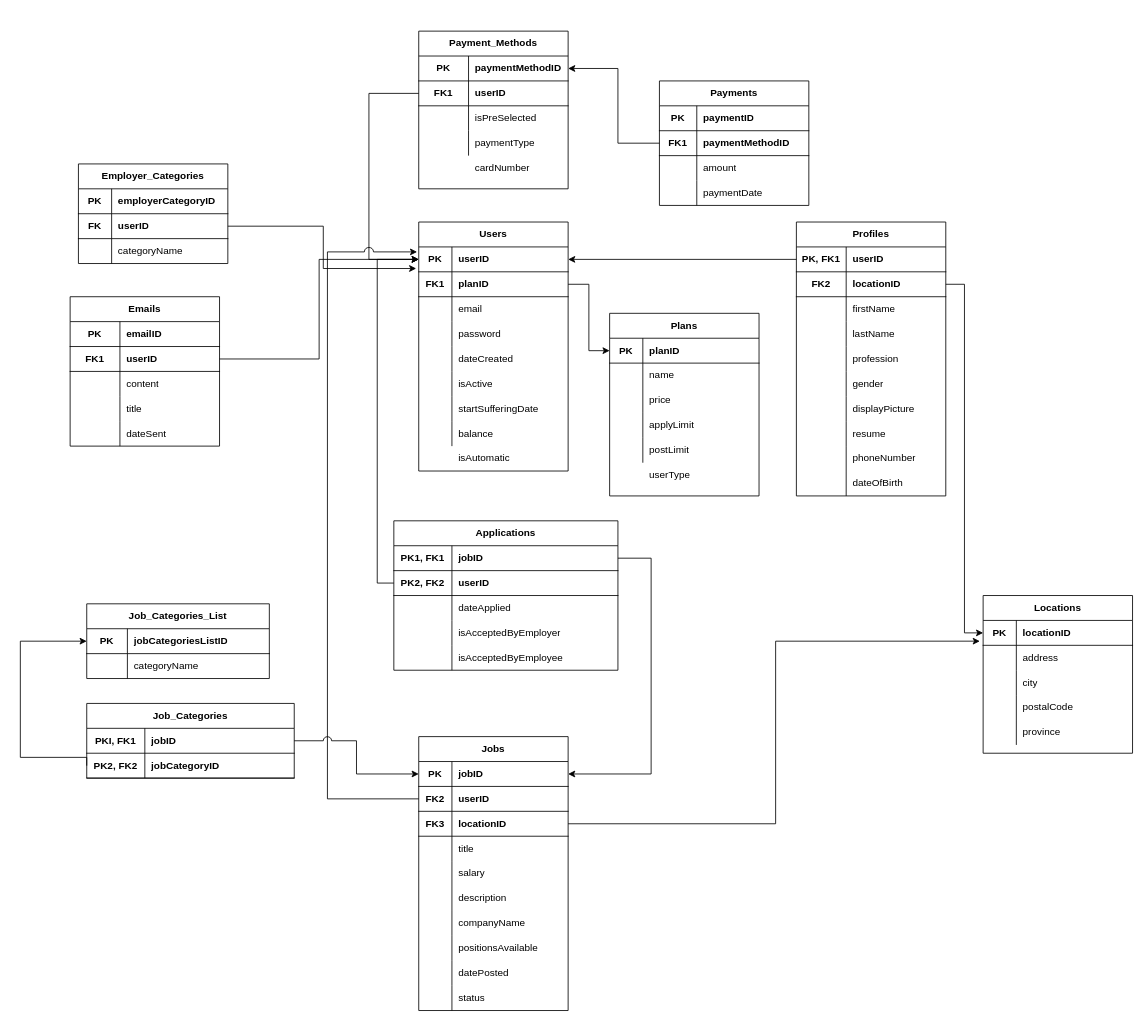
Above: docs/DBProject-Relational-Schema.drawio in gordonpn/web-career-portal-clone (draw.io), before the change. Source tidied: cells renumbered, new cells numbered last; positions are measured from the earlier drawing's top-left corner, leaving out a move shared by most shapes. Both pictures are drawn from the tidied source at 83%, with x=0, y=0 at pixel (20, 31).
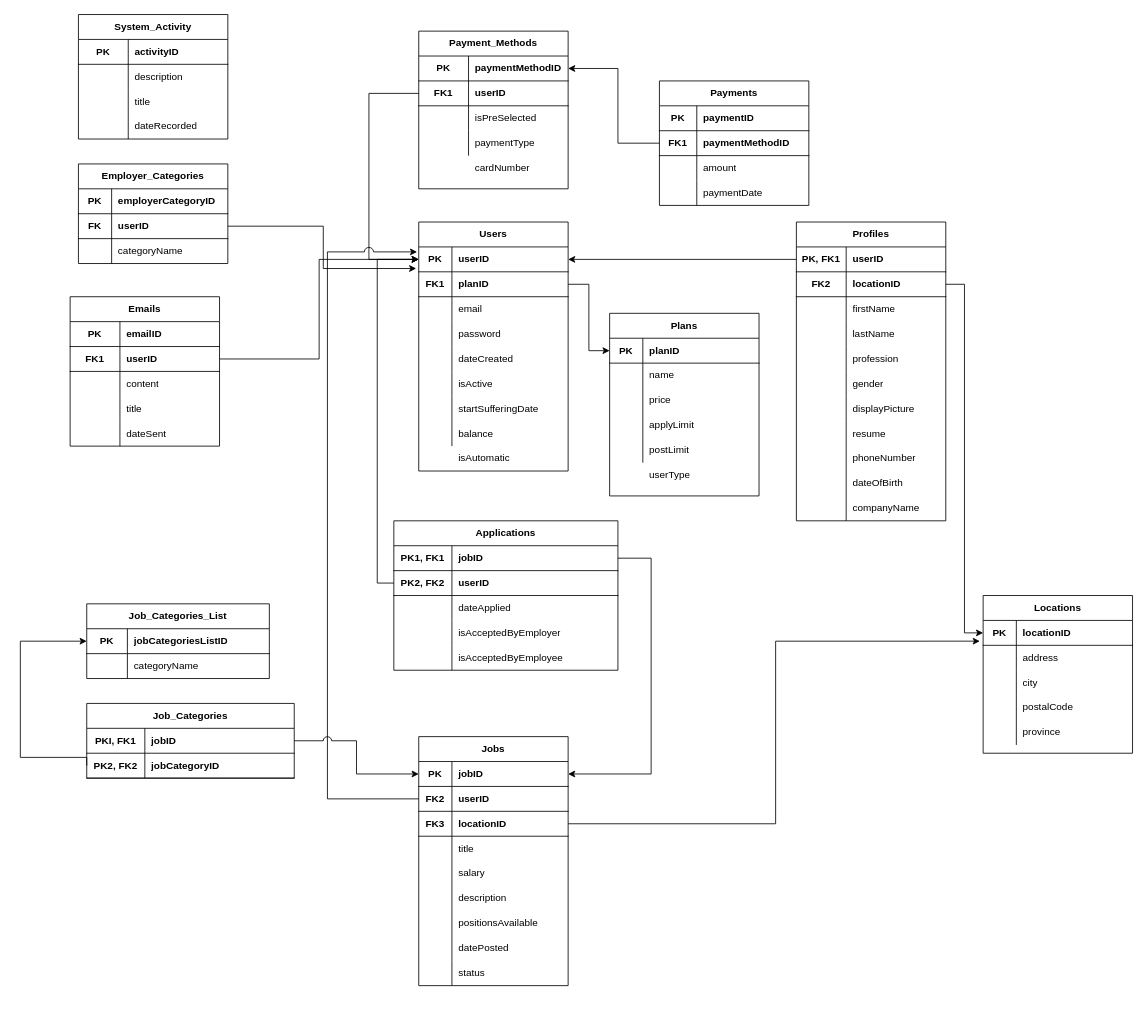
Above is the later version.

Commit message:
updated relational schema

The edit, as a diff of the source:
```diff
@@
     <mxCell id="47" value="Profiles" style="shape=table;html=1;whiteSpace=wrap;startSize=30;childLayout=tableLayout;rowLines=0;fontStyle=1;align=center;" parent="1" vertex="1">
-      <mxGeometry x="935" y="230" width="180" height="330" as="geometry" />
+      <mxGeometry x="935" y="230" width="180" height="360" as="geometry" />
     </mxCell>
@@
+    <mxCell id="220" style="shape=partialRectangle;html=1;whiteSpace=wrap;fillColor=none;top=0;left=0;bottom=0;right=0;" parent="47" vertex="1">
+      <mxGeometry y="330" width="180" height="30" as="geometry" />
+    </mxCell>
+    <mxCell id="221" style="shape=partialRectangle;html=1;whiteSpace=wrap;fillColor=none;top=0;left=0;bottom=0;right=0;overflow=hidden;" parent="220" vertex="1">
+      <mxGeometry width="60" height="30" as="geometry" />
+    </mxCell>
+    <mxCell id="100" value="companyName" style="shape=partialRectangle;html=1;whiteSpace=wrap;fillColor=none;top=0;left=0;bottom=0;right=0;align=left;spacingLeft=6;overflow=hidden;" parent="220" vertex="1">
+      <mxGeometry x="60" width="120" height="30" as="geometry" />
+    </mxCell>
@@
     <mxCell id="79" value="Jobs" style="shape=table;html=1;whiteSpace=wrap;startSize=30;childLayout=tableLayout;rowLines=0;fontStyle=1;align=center;" parent="1" vertex="1">
-      <mxGeometry x="480" y="850" width="180" height="330" as="geometry" />
+      <mxGeometry x="480" y="850" width="180" height="300" as="geometry" />
     </mxCell>
@@
-    <mxCell id="98" style="shape=partialRectangle;html=1;whiteSpace=wrap;fillColor=none;top=0;left=0;bottom=0;right=0;" parent="79" vertex="1">
-      <mxGeometry y="210" width="180" height="30" as="geometry" />
-    </mxCell>
-    <mxCell id="99" style="shape=partialRectangle;html=1;whiteSpace=wrap;fillColor=none;top=0;left=0;bottom=0;right=0;overflow=hidden;" parent="98" vertex="1">
-      <mxGeometry width="40" height="30" as="geometry" />
-    </mxCell>
-    <mxCell id="100" value="companyName" style="shape=partialRectangle;html=1;whiteSpace=wrap;fillColor=none;top=0;left=0;bottom=0;right=0;align=left;spacingLeft=6;overflow=hidden;" parent="98" vertex="1">
-      <mxGeometry x="40" width="140" height="30" as="geometry" />
-    </mxCell>
     <mxCell id="101" style="shape=partialRectangle;html=1;whiteSpace=wrap;fillColor=none;top=0;left=0;bottom=0;right=0;" parent="79" vertex="1">
-      <mxGeometry y="240" width="180" height="30" as="geometry" />
+      <mxGeometry y="210" width="180" height="30" as="geometry" />
     </mxCell>
@@
     <mxCell id="104" style="shape=partialRectangle;html=1;whiteSpace=wrap;fillColor=none;top=0;left=0;bottom=0;right=0;" parent="79" vertex="1">
-      <mxGeometry y="270" width="180" height="30" as="geometry" />
+      <mxGeometry y="240" width="180" height="30" as="geometry" />
     </mxCell>
@@
     <mxCell id="107" style="shape=partialRectangle;html=1;whiteSpace=wrap;fillColor=none;top=0;left=0;bottom=0;right=0;" parent="79" vertex="1">
-      <mxGeometry y="300" width="180" height="30" as="geometry" />
+      <mxGeometry y="270" width="180" height="30" as="geometry" />
     </mxCell>
@@
+    <mxCell id="222" value="System_Activity" style="shape=table;html=1;whiteSpace=wrap;startSize=30;childLayout=tableLayout;rowLines=0;fontStyle=1;align=center;" parent="1" vertex="1">
+      <mxGeometry x="70" y="-20" width="180" height="150" as="geometry" />
+    </mxCell>
+    <mxCell id="223" style="shape=partialRectangle;html=1;whiteSpace=wrap;fillColor=none;top=0;left=0;bottom=1;right=0;" parent="222" vertex="1">
+      <mxGeometry y="30" width="180" height="30" as="geometry" />
+    </mxCell>
+    <mxCell id="224" value="PK" style="shape=partialRectangle;html=1;whiteSpace=wrap;fillColor=none;top=0;left=0;bottom=0;right=0;overflow=hidden;fontStyle=1;" parent="223" vertex="1">
+      <mxGeometry width="60" height="30" as="geometry" />
+    </mxCell>
+    <mxCell id="225" value="&lt;b&gt;activityID&lt;/b&gt;" style="shape=partialRectangle;html=1;whiteSpace=wrap;fillColor=none;top=0;left=0;bottom=0;right=0;align=left;spacingLeft=6;overflow=hidden;" parent="223" vertex="1">
+      <mxGeometry x="60" width="120" height="30" as="geometry" />
+    </mxCell>
+    <mxCell id="226" style="shape=partialRectangle;html=1;whiteSpace=wrap;fillColor=none;top=0;left=0;bottom=0;right=0;" parent="222" vertex="1">
+      <mxGeometry y="60" width="180" height="30" as="geometry" />
+    </mxCell>
+    <mxCell id="227" style="shape=partialRectangle;html=1;whiteSpace=wrap;fillColor=none;top=0;left=0;bottom=0;right=0;overflow=hidden;" parent="226" vertex="1">
+      <mxGeometry width="60" height="30" as="geometry" />
+    </mxCell>
+    <mxCell id="228" value="description" style="shape=partialRectangle;html=1;whiteSpace=wrap;fillColor=none;top=0;left=0;bottom=0;right=0;align=left;spacingLeft=6;overflow=hidden;" parent="226" vertex="1">
+      <mxGeometry x="60" width="120" height="30" as="geometry" />
+    </mxCell>
+    <mxCell id="229" style="shape=partialRectangle;html=1;whiteSpace=wrap;fillColor=none;top=0;left=0;bottom=0;right=0;" parent="222" vertex="1">
+      <mxGeometry y="90" width="180" height="30" as="geometry" />
+    </mxCell>
+    <mxCell id="230" style="shape=partialRectangle;html=1;whiteSpace=wrap;fillColor=none;top=0;left=0;bottom=0;right=0;overflow=hidden;" parent="229" vertex="1">
+      <mxGeometry width="60" height="30" as="geometry" />
+    </mxCell>
+    <mxCell id="231" value="title" style="shape=partialRectangle;html=1;whiteSpace=wrap;fillColor=none;top=0;left=0;bottom=0;right=0;align=left;spacingLeft=6;overflow=hidden;" parent="229" vertex="1">
+      <mxGeometry x="60" width="120" height="30" as="geometry" />
+    </mxCell>
+    <mxCell id="232" style="shape=partialRectangle;html=1;whiteSpace=wrap;fillColor=none;top=0;left=0;bottom=0;right=0;" parent="222" vertex="1">
+      <mxGeometry y="120" width="180" height="30" as="geometry" />
+    </mxCell>
+    <mxCell id="233" style="shape=partialRectangle;html=1;whiteSpace=wrap;fillColor=none;top=0;left=0;bottom=0;right=0;overflow=hidden;" parent="232" vertex="1">
+      <mxGeometry width="60" height="30" as="geometry" />
+    </mxCell>
+    <mxCell id="234" value="dateRecorded" style="shape=partialRectangle;html=1;whiteSpace=wrap;fillColor=none;top=0;left=0;bottom=0;right=0;align=left;spacingLeft=6;overflow=hidden;" parent="232" vertex="1">
+      <mxGeometry x="60" width="120" height="30" as="geometry" />
+    </mxCell>
```
